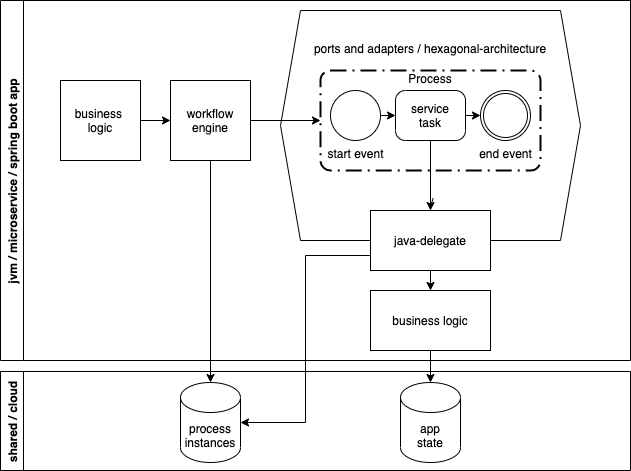
Before: diagrams/workflow_programming_model.png, a diagram exported from draw.io (nikkijuk/pigeongram). Source tidied: cells renumbered, new cells last; positions are measured from the earlier drawing's top-left corner, leaving out a move shared by most shapes.
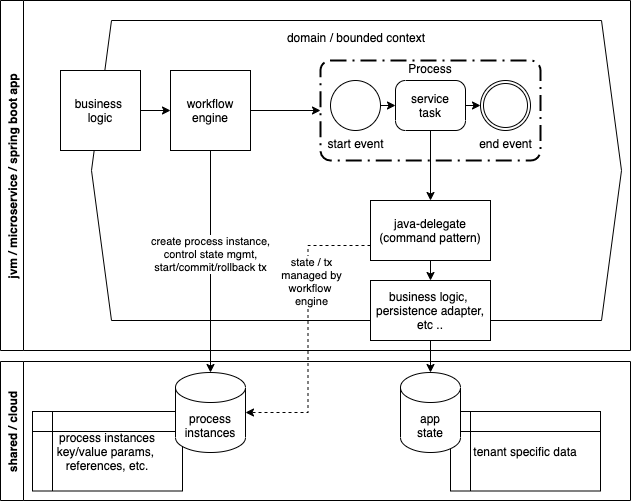
The same file after the commit.

Commit message:
programming model pic

Change to the diagram source:
```diff
@@ -2,9 +2,9 @@
   <root>
     <mxCell id="0" />
     <mxCell id="1" parent="0" />
-    <mxCell id="2" value="ports and adapters / hexagonal-architecture&lt;br&gt;&lt;br&gt;&lt;br&gt;&lt;br&gt;&lt;br&gt;&lt;br&gt;&lt;br&gt;&lt;br&gt;&lt;br&gt;&lt;br&gt;&lt;br&gt;&amp;nbsp;/" style="shape=hexagon;perimeter=hexagonPerimeter2;whiteSpace=wrap;html=1;fixedSize=1;" parent="1" vertex="1">
-      <mxGeometry x="280" y="10" width="300" height="230" as="geometry" />
-    </mxCell>
+    <mxCell id="24" value="domain / bounded context&lt;br&gt;&lt;br&gt;&lt;br&gt;&lt;br&gt;&lt;br&gt;&lt;br&gt;&lt;br&gt;&lt;br&gt;&lt;br&gt;&lt;br&gt;&lt;br&gt;&lt;br&gt;&lt;br&gt;&lt;br&gt;&lt;br&gt;&lt;br&gt;&lt;br&gt;&lt;br&gt;&lt;br&gt;&lt;br&gt;" style="shape=hexagon;perimeter=hexagonPerimeter2;whiteSpace=wrap;html=1;fixedSize=1;" parent="1" vertex="1">
+      <mxGeometry x="91" y="30" width="530" height="300" as="geometry" />
+    </mxCell>
     <mxCell id="3" value="Process&#10;&#10;&#10;&#10;&#10;&#10;" style="points=[[0.25,0,0],[0.5,0,0],[0.75,0,0],[1,0.25,0],[1,0.5,0],[1,0.75,0],[0.75,1,0],[0.5,1,0],[0.25,1,0],[0,0.75,0],[0,0.5,0],[0,0.25,0]];rounded=1;arcSize=10;dashed=1;strokeColor=#000000;fillColor=none;gradientColor=none;dashPattern=8 3 1 3;strokeWidth=2;align=center;" parent="1" vertex="1">
       <mxGeometry x="320" y="70" width="220" height="100" as="geometry" />
     </mxCell>
@@ -29,16 +29,21 @@
     <mxCell id="10" style="edgeStyle=orthogonalEdgeStyle;rounded=0;jettySize=auto;html=1;exitX=0.5;exitY=1;exitDx=0;exitDy=0;entryX=0.5;entryY=0;entryDx=0;entryDy=0;" parent="1" edge="1" source="12" target="14">
       <mxGeometry relative="1" as="geometry" />
     </mxCell>
-    <mxCell id="11" style="edgeStyle=orthogonalEdgeStyle;rounded=0;jettySize=auto;html=1;exitX=0;exitY=0.75;exitDx=0;exitDy=0;entryX=1;entryY=0.5;entryDx=0;entryDy=0;entryPerimeter=0;" parent="1" edge="1" source="12" target="21">
+    <mxCell id="11" style="edgeStyle=orthogonalEdgeStyle;rounded=0;jettySize=auto;html=1;exitX=0;exitY=0.75;exitDx=0;exitDy=0;entryX=1;entryY=0.5;entryDx=0;entryDy=0;entryPerimeter=0;dashed=1;" parent="1" edge="1" source="12" target="21">
       <mxGeometry relative="1" as="geometry" />
     </mxCell>
+    <mxCell id="25" value="state / tx&lt;br&gt;managed by&lt;br&gt;workflow&amp;nbsp;&lt;br&gt;engine" style="edgeLabel;html=1;align=center;verticalAlign=middle;" parent="11" vertex="1">
+      <mxGeometry x="-0.37" y="2" relative="1" as="geometry">
+        <mxPoint x="1" y="7" as="offset" />
+      </mxGeometry>
+    </mxCell>
-    <mxCell id="12" value="java-delegate" style="rounded=0;whiteSpace=wrap;html=1;" parent="1" vertex="1">
+    <mxCell id="12" value="java-delegate&lt;br&gt;(command pattern)" style="rounded=0;whiteSpace=wrap;html=1;" parent="1" vertex="1">
       <mxGeometry x="370" y="210" width="120" height="60" as="geometry" />
     </mxCell>
     <mxCell id="13" style="edgeStyle=orthogonalEdgeStyle;rounded=0;jettySize=auto;html=1;exitX=0.5;exitY=1;exitDx=0;exitDy=0;entryX=0.5;entryY=0;entryDx=0;entryDy=0;entryPerimeter=0;" parent="1" edge="1" source="14" target="22">
       <mxGeometry relative="1" as="geometry" />
     </mxCell>
-    <mxCell id="14" value="business logic" style="rounded=0;whiteSpace=wrap;html=1;" parent="1" vertex="1">
+    <mxCell id="14" value="business logic,&amp;nbsp;&lt;br&gt;persistence adapter, etc .." style="rounded=0;whiteSpace=wrap;html=1;" parent="1" vertex="1">
       <mxGeometry x="370" y="290" width="120" height="60" as="geometry" />
     </mxCell>
     <mxCell id="15" style="edgeStyle=orthogonalEdgeStyle;rounded=0;jettySize=auto;html=1;exitX=1;exitY=0.5;exitDx=0;exitDy=0;" parent="1" edge="1" source="16" target="20">
@@ -53,20 +58,29 @@
     <mxCell id="18" style="edgeStyle=orthogonalEdgeStyle;rounded=0;jettySize=auto;html=1;exitX=0.5;exitY=1;exitDx=0;exitDy=0;" parent="1" edge="1" source="20" target="21">
       <mxGeometry relative="1" as="geometry" />
     </mxCell>
+    <mxCell id="26" value="create process instance,&lt;br&gt;control state mgmt,&lt;br&gt;start/commit/rollback tx" style="edgeLabel;html=1;align=center;verticalAlign=middle;" parent="18" vertex="1">
+      <mxGeometry x="-0.07" y="-1" relative="1" as="geometry" />
+    </mxCell>
     <mxCell id="19" value="jvm / microservice / spring boot app" style="swimlane;horizontal=0;" parent="1" vertex="1">
-      <mxGeometry width="630" height="360" as="geometry" />
+      <mxGeometry y="10" width="630" height="350" as="geometry" />
     </mxCell>
     <mxCell id="20" value="workflow engine" style="whiteSpace=wrap;html=1;" parent="19" vertex="1">
-      <mxGeometry x="170" y="80" width="80" height="80" as="geometry" />
+      <mxGeometry x="170" y="70" width="80" height="80" as="geometry" />
     </mxCell>
+    <mxCell id="23" value="shared / cloud" style="swimlane;horizontal=0;" parent="1" vertex="1">
+      <mxGeometry y="371" width="630" height="139" as="geometry" />
+    </mxCell>
+    <mxCell id="27" value="process instances&lt;br&gt;key/value params,&amp;nbsp; references, etc." style="shape=internalStorage;whiteSpace=wrap;html=1;backgroundOutline=1;" parent="23" vertex="1">
+      <mxGeometry x="32" y="50" width="150" height="79.5" as="geometry" />
+    </mxCell>
+    <mxCell id="28" value="tenant specific data" style="shape=internalStorage;whiteSpace=wrap;html=1;backgroundOutline=1;" parent="23" vertex="1">
+      <mxGeometry x="450" y="50" width="150" height="79.5" as="geometry" />
+    </mxCell>
-    <mxCell id="21" value="process&lt;br&gt;instances" style="shape=cylinder3;whiteSpace=wrap;html=1;boundedLbl=1;backgroundOutline=1;size=15;" parent="1" vertex="1">
-      <mxGeometry x="180" y="382" width="60" height="80" as="geometry" />
+    <mxCell id="21" value="process&lt;br&gt;instances" style="shape=cylinder3;whiteSpace=wrap;html=1;boundedLbl=1;backgroundOutline=1;size=15;" parent="23" vertex="1">
+      <mxGeometry x="175" y="11" width="70" height="80" as="geometry" />
     </mxCell>
     <mxCell id="22" value="app&lt;br&gt;state" style="shape=cylinder3;whiteSpace=wrap;html=1;boundedLbl=1;backgroundOutline=1;size=15;" parent="1" vertex="1">
       <mxGeometry x="400" y="382" width="60" height="80" as="geometry" />
     </mxCell>
-    <mxCell id="23" value="shared / cloud" style="swimlane;horizontal=0;" parent="1" vertex="1">
-      <mxGeometry y="371" width="630" height="99" as="geometry" />
-    </mxCell>
   </root>
 </mxGraphModel>
```
